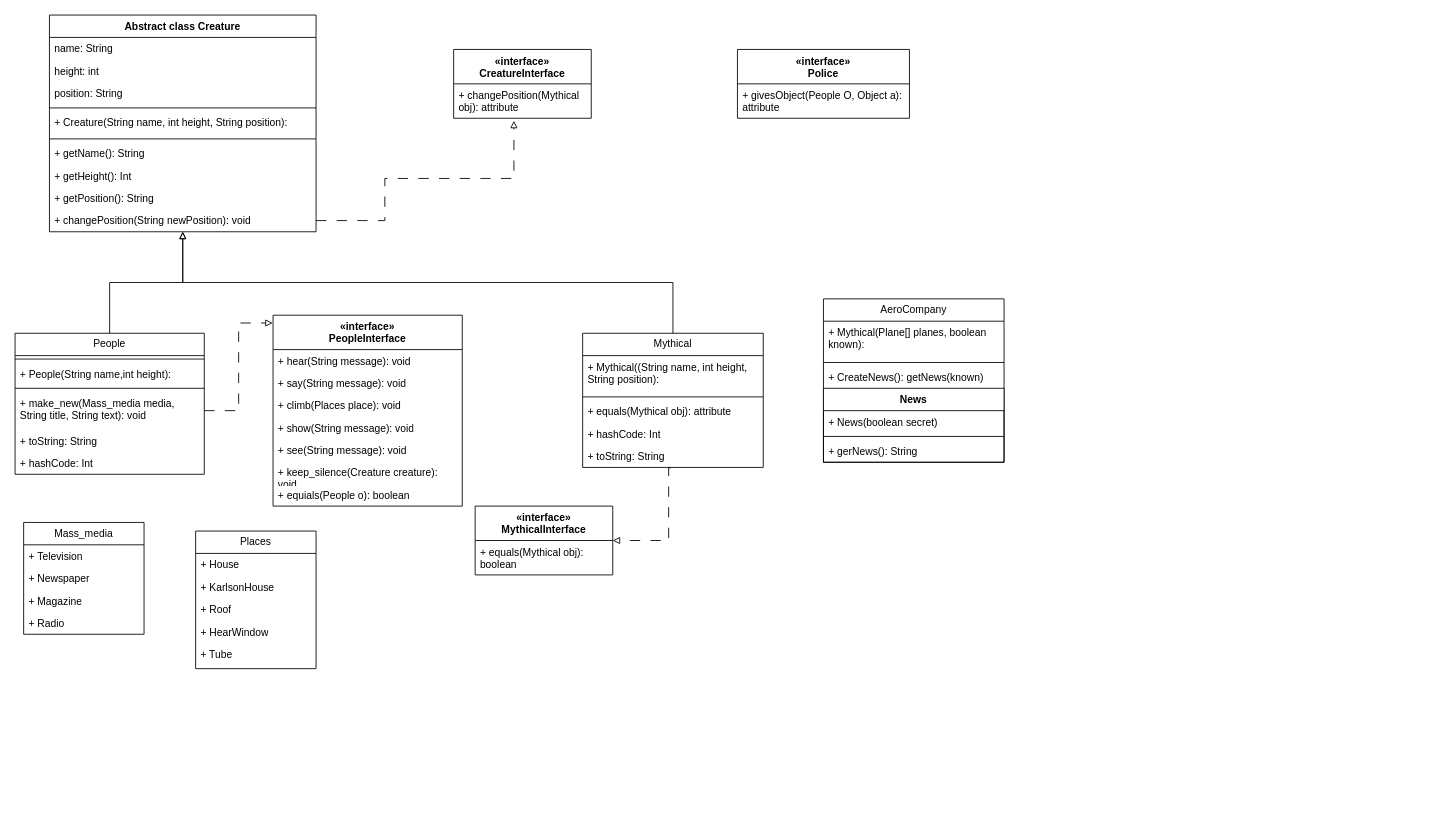
Before: Диаграмма без названия.drawio in hipeoplea/lab_3, a draw.io diagram. Source tidied: cells renumbered, new cells numbered last; positions are measured from the earlier drawing's top-left corner, leaving out a move shared by most shapes. Both pictures are drawn from the tidied source at 86%, with x=0, y=0 at pixel (15, 15).
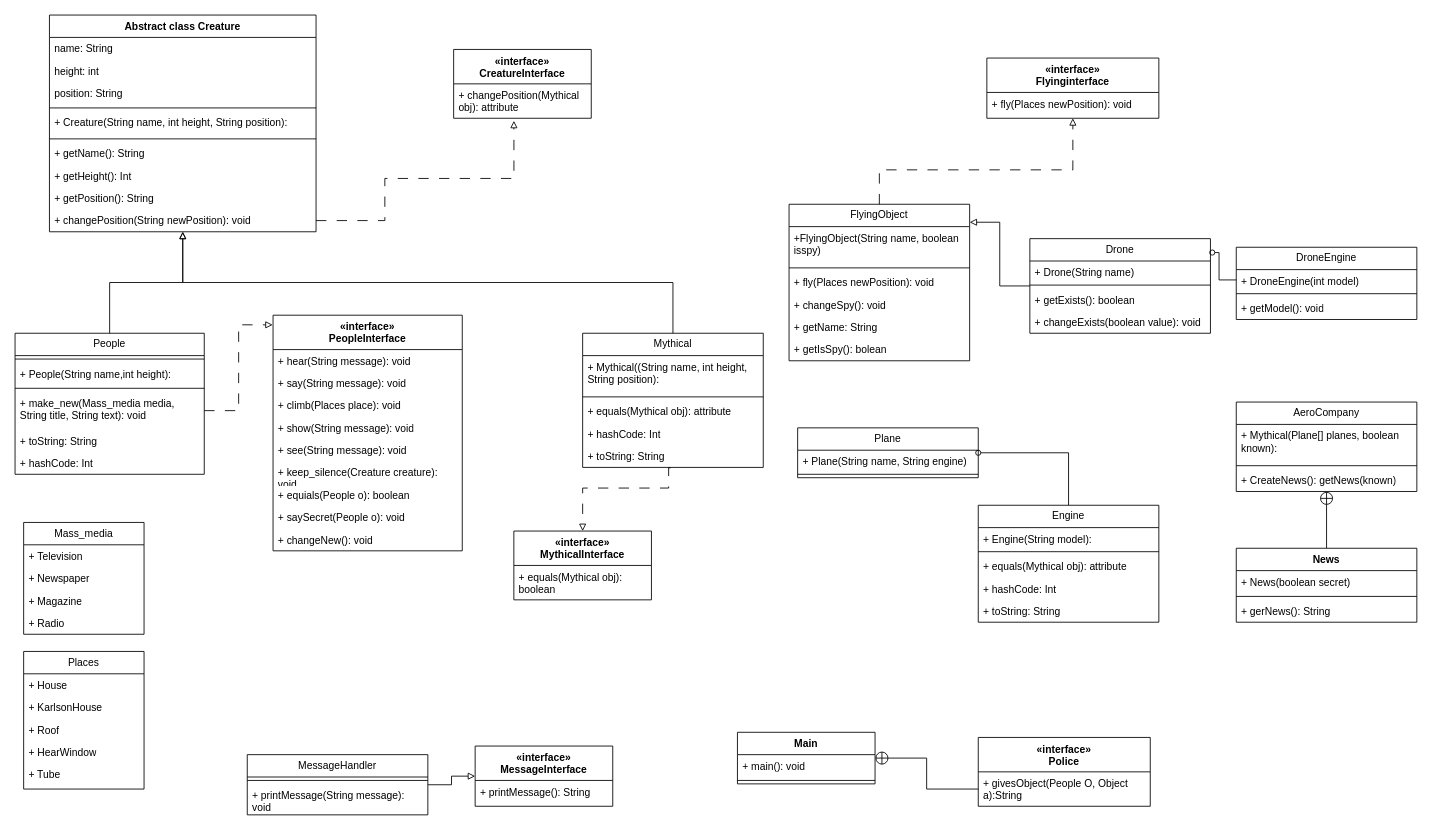
The same diagram, later.

Unchanged cells that the change refers to:
```xml
<mxCell id="27" value="+ toString: String" style="text;strokeColor=none;fillColor=none;align=left;verticalAlign=top;spacingLeft=4;spacingRight=4;overflow=hidden;points=[[0,0.5],[1,0.5]];portConstraint=eastwest;whiteSpace=wrap;html=1;" parent="22" vertex="1">
  <mxGeometry y="130" width="210" height="26" as="geometry" />
</mxCell>
<mxCell id="59" value="+ CreateNews():&amp;nbsp;getNews(known)" style="text;strokeColor=none;fillColor=none;align=left;verticalAlign=top;spacingLeft=4;spacingRight=4;overflow=hidden;points=[[0,0.5],[1,0.5]];portConstraint=eastwest;whiteSpace=wrap;html=1;" parent="56" vertex="1">
  <mxGeometry y="78" width="210" height="26" as="geometry" />
</mxCell>
```

Change to the diagram source:
```diff
@@
-    <mxCell id="34" style="edgeStyle=orthogonalEdgeStyle;rounded=0;jettySize=auto;html=1;entryX=1;entryY=0.5;entryDx=0;entryDy=0;dashed=1;dashPattern=12 12;endArrow=block;endFill=0;exitX=0.487;exitY=1.017;exitDx=0;exitDy=0;exitPerimeter=0;" parent="1" edge="1" source="27" target="44">
+    <mxCell id="34" style="edgeStyle=orthogonalEdgeStyle;rounded=0;jettySize=auto;html=1;dashed=1;dashPattern=12 12;endArrow=block;endFill=0;exitX=0.487;exitY=1.017;exitDx=0;exitDy=0;exitPerimeter=0;entryX=0.5;entryY=0;entryDx=0;entryDy=0;" parent="1" edge="1" source="27" target="44">
       <mxGeometry relative="1" as="geometry">
         <Array as="points">
           <mxPoint x="760" y="526" />
-          <mxPoint x="760" y="611" />
+          <mxPoint x="760" y="550" />
+          <mxPoint x="660" y="550" />
         </Array>
       </mxGeometry>
     </mxCell>
     <mxCell id="35" value="«interface»&lt;br&gt;&lt;b&gt;PeopleInterface&lt;/b&gt;" style="swimlane;fontStyle=1;align=center;verticalAlign=top;horizontal=1;startSize=40;whiteSpace=wrap;html=1;" parent="1" vertex="1">
-      <mxGeometry x="300" y="349" width="220" height="222" as="geometry" />
+      <mxGeometry x="300" y="349" width="220" height="274" as="geometry" />
     </mxCell>
@@
+    <mxCell id="64" value="+ saySecret(People o): void" style="text;strokeColor=none;fillColor=none;align=left;verticalAlign=top;spacingLeft=4;spacingRight=4;overflow=hidden;whiteSpace=wrap;html=1;" parent="35" vertex="1">
+      <mxGeometry y="222" width="220" height="26" as="geometry" />
+    </mxCell>
+    <mxCell id="65" value="+ changeNew(): void" style="text;strokeColor=none;fillColor=none;align=left;verticalAlign=top;spacingLeft=4;spacingRight=4;overflow=hidden;whiteSpace=wrap;html=1;" parent="35" vertex="1">
+      <mxGeometry y="248" width="220" height="26" as="geometry" />
+    </mxCell>
@@
     <mxCell id="44" value="&lt;div&gt;«interface»&lt;/div&gt;MythicalInterface" style="swimlane;fontStyle=1;align=center;verticalAlign=top;horizontal=1;startSize=40;whiteSpace=wrap;html=1;" parent="1" vertex="1">
-      <mxGeometry x="535" y="571" width="160" height="80" as="geometry" />
+      <mxGeometry x="580" y="600" width="160" height="80" as="geometry" />
     </mxCell>
@@
     <mxCell id="48" value="Places" style="swimlane;fontStyle=0;horizontal=1;startSize=26;fillColor=none;whiteSpace=wrap;html=1;" parent="1" vertex="1">
-      <mxGeometry x="210" y="600" width="140" height="160" as="geometry" />
+      <mxGeometry x="10" y="740" width="140" height="160" as="geometry" />
     </mxCell>
@@
     <mxCell id="53" value="+ Tube" style="text;strokeColor=none;fillColor=none;align=left;verticalAlign=top;spacingLeft=4;spacingRight=4;overflow=hidden;whiteSpace=wrap;html=1;" parent="1" vertex="1">
-      <mxGeometry x="210" y="730" width="140" height="26" as="geometry" />
+      <mxGeometry x="10" y="870" width="140" height="26" as="geometry" />
     </mxCell>
     <mxCell id="54" value="&lt;div&gt;«interface»&lt;/div&gt;Police" style="swimlane;fontStyle=1;align=center;verticalAlign=top;horizontal=1;startSize=40;whiteSpace=wrap;html=1;" parent="1" vertex="1">
-      <mxGeometry x="840" y="40" width="200" height="80" as="geometry" />
+      <mxGeometry x="1120" y="840" width="200" height="80" as="geometry" />
     </mxCell>
-    <mxCell id="55" value="+ givesObject(People O, Object a): attribute" style="text;strokeColor=none;fillColor=none;align=left;verticalAlign=top;spacingLeft=4;spacingRight=4;overflow=hidden;points=[[0,0.5],[1,0.5]];portConstraint=eastwest;whiteSpace=wrap;html=1;" parent="54" vertex="1">
+    <mxCell id="55" value="+ givesObject(People O, Object a):String" style="text;strokeColor=none;fillColor=none;align=left;verticalAlign=top;spacingLeft=4;spacingRight=4;overflow=hidden;points=[[0,0.5],[1,0.5]];portConstraint=eastwest;whiteSpace=wrap;html=1;" parent="54" vertex="1">
       <mxGeometry y="40" width="200" height="40" as="geometry" />
     </mxCell>
     <mxCell id="56" value="AeroCompany" style="swimlane;fontStyle=0;horizontal=1;startSize=26;fillColor=none;whiteSpace=wrap;html=1;" parent="1" vertex="1">
-      <mxGeometry x="940" y="330" width="210" height="190" as="geometry" />
+      <mxGeometry x="1420" y="450" width="210" height="104" as="geometry" />
     </mxCell>
@@
+    <mxCell id="66" style="rounded=0;jettySize=auto;html=1;endArrow=circlePlus;endFill=0;exitX=0.5;exitY=0;exitDx=0;exitDy=0;" parent="1" edge="1" source="60" target="59">
+      <mxGeometry relative="1" as="geometry" />
+    </mxCell>
-    <mxCell id="60" value="News" style="swimlane;fontStyle=1;align=center;verticalAlign=top;horizontal=1;startSize=26;whiteSpace=wrap;html=1;" parent="56" vertex="1">
-      <mxGeometry y="104" width="210" height="86" as="geometry" />
+    <mxCell id="60" value="News" style="swimlane;fontStyle=1;align=center;verticalAlign=top;horizontal=1;startSize=26;whiteSpace=wrap;html=1;" parent="1" vertex="1">
+      <mxGeometry x="1420" y="620" width="210" height="86" as="geometry" />
     </mxCell>
@@
+    <mxCell id="67" value="Drone" style="swimlane;fontStyle=0;horizontal=1;startSize=26;fillColor=none;whiteSpace=wrap;html=1;" parent="1" vertex="1">
+      <mxGeometry x="1180" y="260" width="210" height="110" as="geometry" />
+    </mxCell>
+    <mxCell id="68" value="+ Drone(String name)" style="text;strokeColor=none;fillColor=none;align=left;verticalAlign=top;spacingLeft=4;spacingRight=4;overflow=hidden;whiteSpace=wrap;html=1;" parent="67" vertex="1">
+      <mxGeometry y="26" width="210" height="24" as="geometry" />
+    </mxCell>
+    <mxCell id="69" style="line;strokeWidth=1;fillColor=none;align=left;verticalAlign=middle;spacingTop=-1;spacingLeft=3;spacingRight=3;labelPosition=right;strokeColor=inherit;" parent="67" vertex="1">
+      <mxGeometry y="50" width="210" height="8" as="geometry" />
+    </mxCell>
+    <mxCell id="70" value="+ getExists(): boolean" style="text;strokeColor=none;fillColor=none;align=left;verticalAlign=top;spacingLeft=4;spacingRight=4;overflow=hidden;whiteSpace=wrap;html=1;" parent="67" vertex="1">
+      <mxGeometry y="58" width="210" height="26" as="geometry" />
+    </mxCell>
+    <mxCell id="71" value="+ changeExists(boolean value): void" style="text;strokeColor=none;fillColor=none;align=left;verticalAlign=top;spacingLeft=4;spacingRight=4;overflow=hidden;whiteSpace=wrap;html=1;" parent="67" vertex="1">
+      <mxGeometry y="84" width="210" height="26" as="geometry" />
+    </mxCell>
+    <mxCell id="72" value="DroneEngine" style="swimlane;fontStyle=0;horizontal=1;startSize=26;fillColor=none;whiteSpace=wrap;html=1;" parent="1" vertex="1">
+      <mxGeometry x="1420" y="270" width="210" height="84" as="geometry" />
+    </mxCell>
+    <mxCell id="73" value="+ DroneEngine(int model)" style="text;strokeColor=none;fillColor=none;align=left;verticalAlign=top;spacingLeft=4;spacingRight=4;overflow=hidden;points=[[0,0.5],[1,0.5]];portConstraint=eastwest;whiteSpace=wrap;html=1;" parent="72" vertex="1">
+      <mxGeometry y="26" width="210" height="24" as="geometry" />
+    </mxCell>
+    <mxCell id="74" style="line;strokeWidth=1;fillColor=none;align=left;verticalAlign=middle;spacingTop=-1;spacingLeft=3;spacingRight=3;labelPosition=right;strokeColor=inherit;" parent="72" vertex="1">
+      <mxGeometry y="50" width="210" height="8" as="geometry" />
+    </mxCell>
+    <mxCell id="75" value="+ getModel(): void" style="text;strokeColor=none;fillColor=none;align=left;verticalAlign=top;spacingLeft=4;spacingRight=4;overflow=hidden;whiteSpace=wrap;html=1;" parent="72" vertex="1">
+      <mxGeometry y="58" width="210" height="26" as="geometry" />
+    </mxCell>
+    <mxCell id="76" style="edgeStyle=orthogonalEdgeStyle;rounded=0;jettySize=auto;html=1;entryX=1.01;entryY=0.147;entryDx=0;entryDy=0;entryPerimeter=0;endArrow=oval;endFill=0;" parent="1" edge="1" source="73" target="67">
+      <mxGeometry relative="1" as="geometry" />
+    </mxCell>
+    <mxCell id="77" value="&lt;div&gt;«interface»&lt;/div&gt;Flyinginterface" style="swimlane;fontStyle=1;align=center;verticalAlign=top;horizontal=1;startSize=40;whiteSpace=wrap;html=1;" parent="1" vertex="1">
+      <mxGeometry x="1130" y="50" width="200" height="70" as="geometry" />
+    </mxCell>
+    <mxCell id="78" value="+ fly(Places newPosition): void" style="text;strokeColor=none;fillColor=none;align=left;verticalAlign=top;spacingLeft=4;spacingRight=4;overflow=hidden;whiteSpace=wrap;html=1;" parent="77" vertex="1">
+      <mxGeometry y="40" width="200" height="30" as="geometry" />
+    </mxCell>
+    <mxCell id="79" style="edgeStyle=orthogonalEdgeStyle;rounded=0;jettySize=auto;html=1;dashed=1;dashPattern=12 12;endArrow=block;endFill=0;" parent="1" edge="1" source="80" target="77">
+      <mxGeometry relative="1" as="geometry">
+        <Array as="points">
+          <mxPoint x="1005" y="180" />
+          <mxPoint x="1230" y="180" />
+        </Array>
+      </mxGeometry>
+    </mxCell>
+    <mxCell id="80" value="FlyingObject" style="swimlane;fontStyle=0;horizontal=1;startSize=26;fillColor=none;whiteSpace=wrap;html=1;" parent="1" vertex="1">
+      <mxGeometry x="900" y="220" width="210" height="182" as="geometry" />
+    </mxCell>
+    <mxCell id="81" value="+FlyingObject(String name, boolean isspy)" style="text;strokeColor=none;fillColor=none;align=left;verticalAlign=top;spacingLeft=4;spacingRight=4;overflow=hidden;whiteSpace=wrap;html=1;" parent="80" vertex="1">
+      <mxGeometry y="26" width="210" height="44" as="geometry" />
+    </mxCell>
+    <mxCell id="82" style="line;strokeWidth=1;fillColor=none;align=left;verticalAlign=middle;spacingTop=-1;spacingLeft=3;spacingRight=3;labelPosition=right;strokeColor=inherit;" parent="80" vertex="1">
+      <mxGeometry y="70" width="210" height="8" as="geometry" />
+    </mxCell>
+    <mxCell id="83" value="&lt;div&gt;+ fly(Places newPosition): void&lt;/div&gt;&lt;div&gt;&lt;br&gt;&lt;/div&gt;" style="text;strokeColor=none;fillColor=none;align=left;verticalAlign=top;spacingLeft=4;spacingRight=4;overflow=hidden;whiteSpace=wrap;html=1;" parent="80" vertex="1">
+      <mxGeometry y="78" width="210" height="26" as="geometry" />
+    </mxCell>
+    <mxCell id="84" value="+ changeSpy(): void" style="text;strokeColor=none;fillColor=none;align=left;verticalAlign=top;spacingLeft=4;spacingRight=4;overflow=hidden;whiteSpace=wrap;html=1;" parent="80" vertex="1">
+      <mxGeometry y="104" width="210" height="26" as="geometry" />
+    </mxCell>
+    <mxCell id="85" value="+ getName: String" style="text;strokeColor=none;fillColor=none;align=left;verticalAlign=top;spacingLeft=4;spacingRight=4;overflow=hidden;whiteSpace=wrap;html=1;" parent="80" vertex="1">
+      <mxGeometry y="130" width="210" height="26" as="geometry" />
+    </mxCell>
+    <mxCell id="86" value="+ getIsSpy(): bolean" style="text;strokeColor=none;fillColor=none;align=left;verticalAlign=top;spacingLeft=4;spacingRight=4;overflow=hidden;whiteSpace=wrap;html=1;" parent="80" vertex="1">
+      <mxGeometry y="156" width="210" height="26" as="geometry" />
+    </mxCell>
+    <mxCell id="87" style="edgeStyle=orthogonalEdgeStyle;rounded=0;jettySize=auto;html=1;entryX=1;entryY=0.115;entryDx=0;entryDy=0;entryPerimeter=0;endArrow=block;endFill=0;" parent="1" edge="1" source="67" target="80">
+      <mxGeometry relative="1" as="geometry" />
+    </mxCell>
+    <mxCell id="88" style="edgeStyle=orthogonalEdgeStyle;rounded=0;jettySize=auto;html=1;endArrow=block;endFill=0;" parent="1" edge="1" source="89" target="92">
+      <mxGeometry relative="1" as="geometry" />
+    </mxCell>
+    <mxCell id="89" value="MessageHandler" style="swimlane;fontStyle=0;horizontal=1;startSize=26;fillColor=none;whiteSpace=wrap;html=1;" parent="1" vertex="1">
+      <mxGeometry x="270" y="860" width="210" height="70" as="geometry" />
+    </mxCell>
+    <mxCell id="90" style="line;strokeWidth=1;fillColor=none;align=left;verticalAlign=middle;spacingTop=-1;spacingLeft=3;spacingRight=3;labelPosition=right;strokeColor=inherit;" parent="89" vertex="1">
+      <mxGeometry y="26" width="210" height="8" as="geometry" />
+    </mxCell>
+    <mxCell id="91" value="+ printMessage(String message): void" style="text;strokeColor=none;fillColor=none;align=left;verticalAlign=top;spacingLeft=4;spacingRight=4;overflow=hidden;whiteSpace=wrap;html=1;" parent="89" vertex="1">
+      <mxGeometry y="34" width="210" height="36" as="geometry" />
+    </mxCell>
+    <mxCell id="92" value="&lt;div&gt;«interface»&lt;/div&gt;MessageInterface" style="swimlane;fontStyle=1;align=center;verticalAlign=top;horizontal=1;startSize=40;whiteSpace=wrap;html=1;" parent="1" vertex="1">
+      <mxGeometry x="535" y="850" width="160" height="70" as="geometry" />
+    </mxCell>
+    <mxCell id="93" value="+ printMessage(): String" style="text;strokeColor=none;fillColor=none;align=left;verticalAlign=top;spacingLeft=4;spacingRight=4;overflow=hidden;whiteSpace=wrap;html=1;" parent="92" vertex="1">
+      <mxGeometry y="40" width="160" height="30" as="geometry" />
+    </mxCell>
+    <mxCell id="94" value="Plane" style="swimlane;fontStyle=0;horizontal=1;startSize=26;fillColor=none;whiteSpace=wrap;html=1;" parent="1" vertex="1">
+      <mxGeometry x="910" y="480" width="210" height="58" as="geometry" />
+    </mxCell>
+    <mxCell id="95" value="+ Plane(String name, String engine)" style="text;strokeColor=none;fillColor=none;align=left;verticalAlign=top;spacingLeft=4;spacingRight=4;overflow=hidden;whiteSpace=wrap;html=1;" parent="94" vertex="1">
+      <mxGeometry y="26" width="210" height="24" as="geometry" />
+    </mxCell>
+    <mxCell id="96" style="line;strokeWidth=1;fillColor=none;align=left;verticalAlign=middle;spacingTop=-1;spacingLeft=3;spacingRight=3;labelPosition=right;strokeColor=inherit;" parent="94" vertex="1">
+      <mxGeometry y="50" width="210" height="8" as="geometry" />
+    </mxCell>
+    <mxCell id="97" style="edgeStyle=orthogonalEdgeStyle;rounded=0;jettySize=auto;html=1;entryX=1;entryY=0.5;entryDx=0;entryDy=0;endArrow=oval;endFill=0;" parent="1" edge="1" source="98" target="94">
+      <mxGeometry relative="1" as="geometry" />
+    </mxCell>
+    <mxCell id="98" value="Engine" style="swimlane;fontStyle=0;horizontal=1;startSize=26;fillColor=none;whiteSpace=wrap;html=1;" parent="1" vertex="1">
+      <mxGeometry x="1120" y="570" width="210" height="136" as="geometry" />
+    </mxCell>
+    <mxCell id="99" value="+ Engine(String model):" style="text;strokeColor=none;fillColor=none;align=left;verticalAlign=top;spacingLeft=4;spacingRight=4;overflow=hidden;whiteSpace=wrap;html=1;" parent="98" vertex="1">
+      <mxGeometry y="26" width="210" height="24" as="geometry" />
+    </mxCell>
+    <mxCell id="100" style="line;strokeWidth=1;fillColor=none;align=left;verticalAlign=middle;spacingTop=-1;spacingLeft=3;spacingRight=3;labelPosition=right;strokeColor=inherit;" parent="98" vertex="1">
+      <mxGeometry y="50" width="210" height="8" as="geometry" />
+    </mxCell>
+    <mxCell id="101" value="+ equals(Mythical obj): attribute" style="text;strokeColor=none;fillColor=none;align=left;verticalAlign=top;spacingLeft=4;spacingRight=4;overflow=hidden;whiteSpace=wrap;html=1;" parent="98" vertex="1">
+      <mxGeometry y="58" width="210" height="26" as="geometry" />
+    </mxCell>
+    <mxCell id="102" value="+ hashCode: Int" style="text;strokeColor=none;fillColor=none;align=left;verticalAlign=top;spacingLeft=4;spacingRight=4;overflow=hidden;whiteSpace=wrap;html=1;" parent="98" vertex="1">
+      <mxGeometry y="84" width="210" height="26" as="geometry" />
+    </mxCell>
+    <mxCell id="103" value="+ toString: String" style="text;strokeColor=none;fillColor=none;align=left;verticalAlign=top;spacingLeft=4;spacingRight=4;overflow=hidden;whiteSpace=wrap;html=1;" parent="98" vertex="1">
+      <mxGeometry y="110" width="210" height="26" as="geometry" />
+    </mxCell>
+    <mxCell id="104" value="Main" style="swimlane;fontStyle=1;align=center;verticalAlign=top;horizontal=1;startSize=26;whiteSpace=wrap;html=1;" parent="1" vertex="1">
+      <mxGeometry x="840" y="834" width="160" height="60" as="geometry" />
+    </mxCell>
+    <mxCell id="105" value="+ main(): void" style="text;strokeColor=none;fillColor=none;align=left;verticalAlign=top;spacingLeft=4;spacingRight=4;overflow=hidden;whiteSpace=wrap;html=1;" parent="104" vertex="1">
+      <mxGeometry y="26" width="160" height="26" as="geometry" />
+    </mxCell>
+    <mxCell id="106" style="line;strokeWidth=1;fillColor=none;align=left;verticalAlign=middle;spacingTop=-1;spacingLeft=3;spacingRight=3;labelPosition=right;strokeColor=inherit;" parent="104" vertex="1">
+      <mxGeometry y="52" width="160" height="8" as="geometry" />
+    </mxCell>
+    <mxCell id="107" style="edgeStyle=orthogonalEdgeStyle;rounded=0;jettySize=auto;html=1;entryX=1;entryY=0.5;entryDx=0;entryDy=0;endArrow=circlePlus;endFill=0;" parent="1" edge="1" source="55" target="104">
+      <mxGeometry relative="1" as="geometry" />
+    </mxCell>
```
